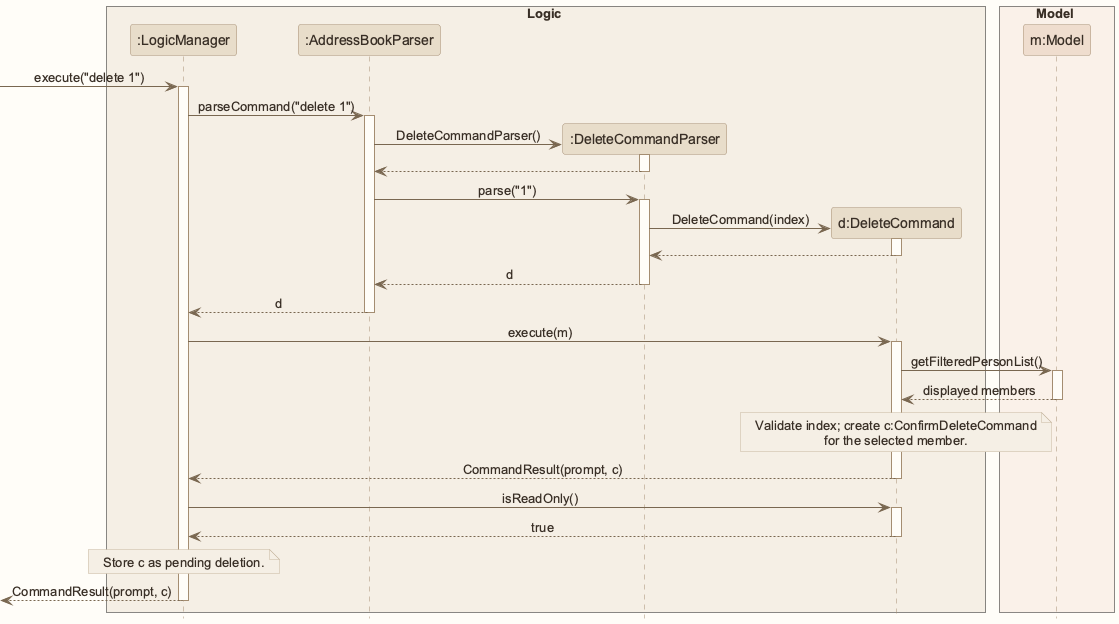
AY2627S1-CS2103T-W12-1/tp keeps this PlantUML diagram as images/DeleteSequenceDiagram.png. Above is the earlier version.
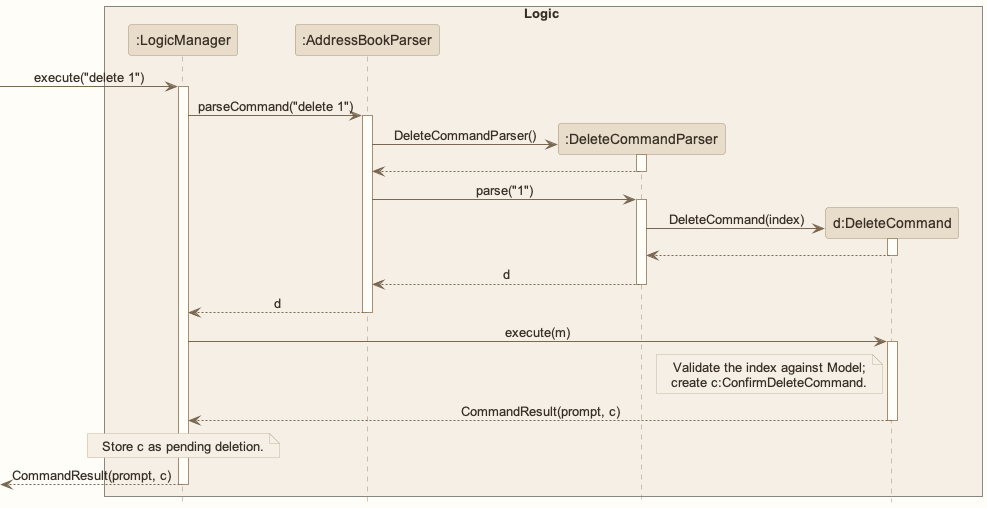
Later version of the same file.

Diff of the diagram source:
```diff
@@ -1,5 +1,4 @@
 @startuml
-!pragma layout smetana
 !include style.puml
 skinparam ArrowFontStyle plain
 
@@ -8,9 +7,6 @@
 participant ":AddressBookParser" as AddressBookParser LOGIC_COLOR
 participant ":DeleteCommandParser" as DeleteCommandParser LOGIC_COLOR
 participant "d:DeleteCommand" as DeleteCommand LOGIC_COLOR
-end box
-box Model MODEL_COLOR_T1
-participant "m:Model" as Model MODEL_COLOR
 end box
 
 [-> LogicManager : execute("delete 1")
@@ -35,19 +31,11 @@
 deactivate AddressBookParser
 LogicManager -> DeleteCommand : execute(m)
 activate DeleteCommand
-DeleteCommand -> Model : getFilteredPersonList()
-activate Model
-Model --> DeleteCommand : displayed members
-deactivate Model
-note over DeleteCommand
-Validate index; create c:ConfirmDeleteCommand
-for the selected member.
+note left of DeleteCommand
+Validate the index against Model;
+create c:ConfirmDeleteCommand.
 end note
 DeleteCommand --> LogicManager : CommandResult(prompt, c)
-deactivate DeleteCommand
-LogicManager -> DeleteCommand : isReadOnly()
-activate DeleteCommand
-DeleteCommand --> LogicManager : true
 deactivate DeleteCommand
 note over LogicManager: Store c as pending deletion.
 [<-- LogicManager : CommandResult(prompt, c)
```
